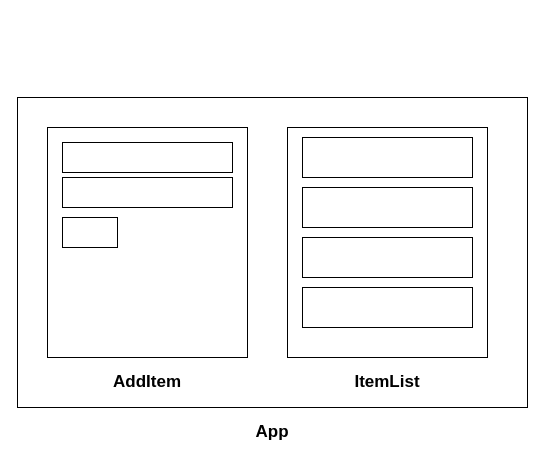
Earlier version of the draw.io diagram day6/notes/Diagram.drawio (Shreyakamlakar/React_Amit-Kulkarni). Source tidied: cells renumbered, new cells numbered last; positions are measured from the earlier drawing's top-left corner, leaving out a move shared by most shapes. Both pictures are drawn from the tidied source at 100%, with x=0, y=0 at pixel (17, 97).
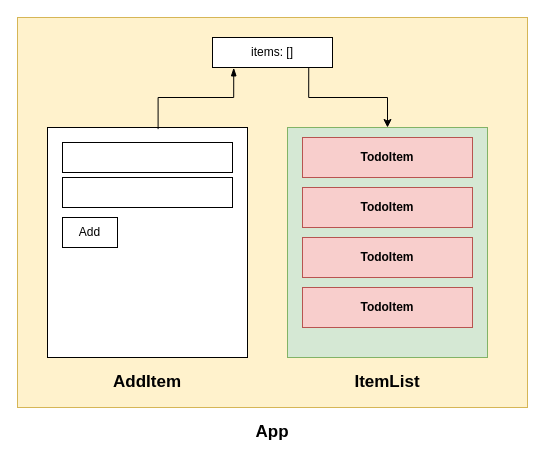
The same page after the edit.

Commit message (it also covers changes not shown here):
added july 15 contents

What changed in the source:
```diff
@@
 <mxGraphModel>
   <root>
     <mxCell id="0" />
     <mxCell id="1" parent="0" />
-    <mxCell id="2" style="rounded=0;whiteSpace=wrap;html=1;" parent="1" vertex="1">
-      <mxGeometry width="510" height="310" as="geometry" />
+    <mxCell id="2" style="rounded=0;whiteSpace=wrap;html=1;fillColor=#fff2cc;strokeColor=#d6b656;" parent="1" vertex="1">
+      <mxGeometry y="-80" width="510" height="390" as="geometry" />
     </mxCell>
     <mxCell id="3" style="rounded=0;whiteSpace=wrap;html=1;" parent="1" vertex="1">
       <mxGeometry x="30" y="30" width="200" height="230" as="geometry" />
     </mxCell>
-    <mxCell id="4" style="rounded=0;whiteSpace=wrap;html=1;" parent="1" vertex="1">
+    <mxCell id="4" style="rounded=0;whiteSpace=wrap;html=1;fillColor=#d5e8d4;strokeColor=#82b366;" parent="1" vertex="1">
       <mxGeometry x="270" y="30" width="200" height="230" as="geometry" />
     </mxCell>
-    <mxCell id="5" style="rounded=0;whiteSpace=wrap;html=1;" parent="1" vertex="1">
+    <mxCell id="5" value="TodoItem" style="rounded=0;whiteSpace=wrap;html=1;fillColor=#f8cecc;strokeColor=#b85450;fontStyle=1;" parent="1" vertex="1">
       <mxGeometry x="285" y="40" width="170" height="40" as="geometry" />
     </mxCell>
-    <mxCell id="6" style="rounded=0;whiteSpace=wrap;html=1;" parent="1" vertex="1">
+    <mxCell id="6" value="TodoItem" style="rounded=0;whiteSpace=wrap;html=1;fillColor=#f8cecc;strokeColor=#b85450;fontStyle=1;" parent="1" vertex="1">
       <mxGeometry x="285" y="140" width="170" height="40" as="geometry" />
     </mxCell>
-    <mxCell id="7" style="rounded=0;whiteSpace=wrap;html=1;" parent="1" vertex="1">
+    <mxCell id="7" value="TodoItem" style="rounded=0;whiteSpace=wrap;html=1;fillColor=#f8cecc;strokeColor=#b85450;fontStyle=1;" parent="1" vertex="1">
       <mxGeometry x="285" y="90" width="170" height="40" as="geometry" />
     </mxCell>
-    <mxCell id="8" style="rounded=0;whiteSpace=wrap;html=1;" parent="1" vertex="1">
+    <mxCell id="8" value="TodoItem" style="rounded=0;whiteSpace=wrap;html=1;fillColor=#f8cecc;strokeColor=#b85450;fontStyle=1;" parent="1" vertex="1">
       <mxGeometry x="285" y="190" width="170" height="40" as="geometry" />
     </mxCell>
     <mxCell id="9" style="rounded=0;whiteSpace=wrap;html=1;" parent="1" vertex="1">
       <mxGeometry x="45" y="45" width="170" height="30" as="geometry" />
     </mxCell>
     <mxCell id="10" style="rounded=0;whiteSpace=wrap;html=1;" parent="1" vertex="1">
       <mxGeometry x="45" y="80" width="170" height="30" as="geometry" />
     </mxCell>
-    <mxCell id="11" style="rounded=0;whiteSpace=wrap;html=1;" parent="1" vertex="1">
+    <mxCell id="11" value="Add" style="rounded=0;whiteSpace=wrap;html=1;" parent="1" vertex="1">
       <mxGeometry x="45" y="120" width="55" height="30" as="geometry" />
     </mxCell>
     <mxCell id="12" value="AddItem" style="text;html=1;align=center;verticalAlign=middle;whiteSpace=wrap;rounded=0;fontStyle=1;fontSize=17;" parent="1" vertex="1">
       <mxGeometry x="30" y="270" width="200" height="30" as="geometry" />
     </mxCell>
     <mxCell id="13" value="ItemList" style="text;html=1;align=center;verticalAlign=middle;whiteSpace=wrap;rounded=0;fontStyle=1;fontSize=17;" parent="1" vertex="1">
       <mxGeometry x="270" y="270" width="200" height="30" as="geometry" />
     </mxCell>
     <mxCell id="14" value="App" style="text;html=1;align=center;verticalAlign=middle;whiteSpace=wrap;rounded=0;fontStyle=1;fontSize=17;" parent="1" vertex="1">
       <mxGeometry y="320" width="510" height="30" as="geometry" />
     </mxCell>
+    <mxCell id="15" style="edgeStyle=orthogonalEdgeStyle;rounded=0;jettySize=auto;html=1;exitX=0.802;exitY=0.971;exitDx=0;exitDy=0;exitPerimeter=0;" parent="1" edge="1" source="16" target="4">
+      <mxGeometry relative="1" as="geometry" />
+    </mxCell>
+    <mxCell id="16" value="items: []" style="rounded=0;whiteSpace=wrap;html=1;" parent="1" vertex="1">
+      <mxGeometry x="195" y="-60" width="120" height="30" as="geometry" />
+    </mxCell>
+    <mxCell id="17" style="edgeStyle=orthogonalEdgeStyle;rounded=0;jettySize=auto;html=1;entryX=0.553;entryY=0.007;entryDx=0;entryDy=0;entryPerimeter=0;startArrow=blockThin;startFill=1;endArrow=none;endFill=0;exitX=0.177;exitY=1.012;exitDx=0;exitDy=0;exitPerimeter=0;" parent="1" edge="1" source="16" target="3">
+      <mxGeometry relative="1" as="geometry" />
+    </mxCell>
   </root>
 </mxGraphModel>
```
